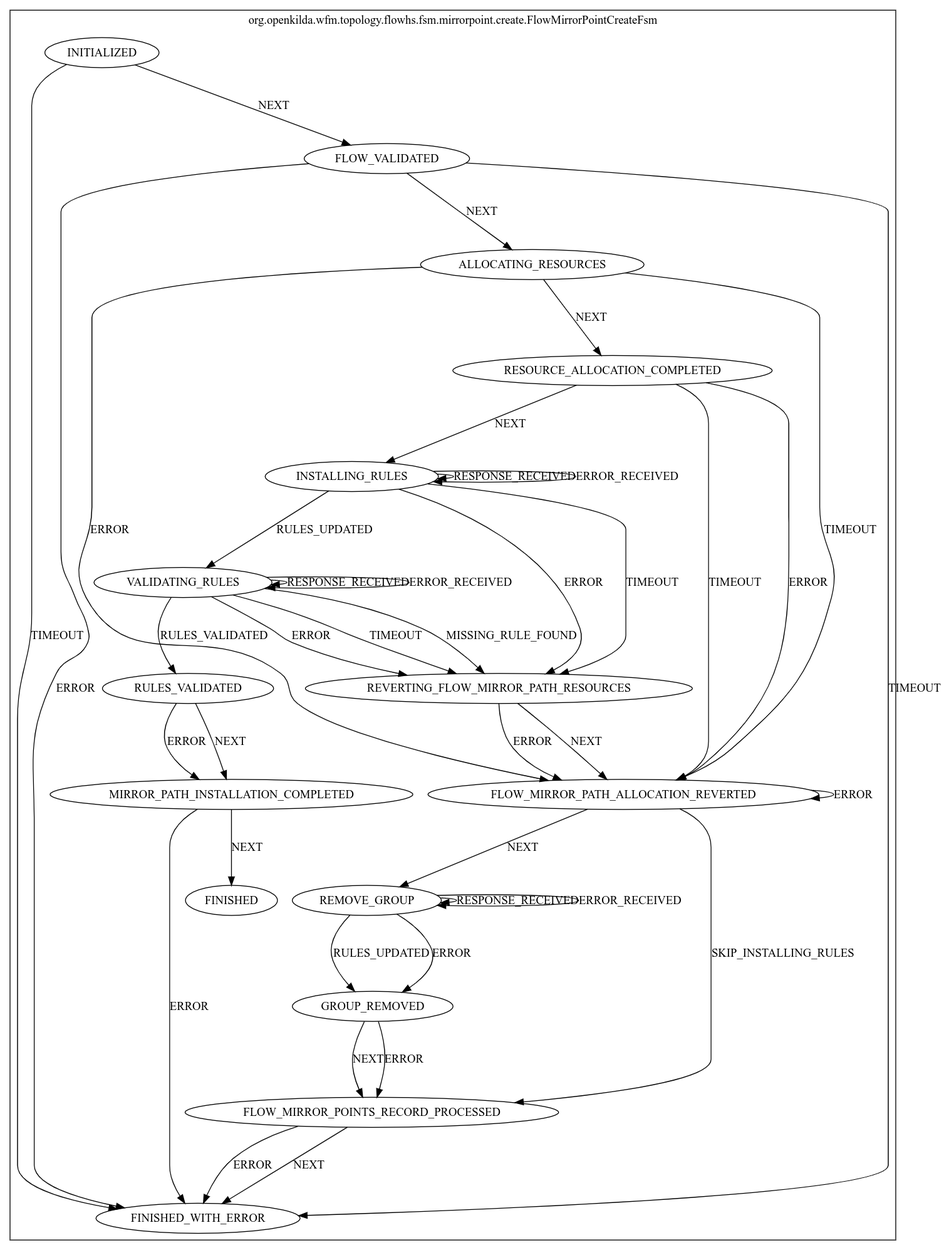
The Graphviz diagram docs/design/flow-traffic-mirroring/flow-create-mirror-point-fsm.png in telstra/open-kilda, before a commit. Its source is kept beside it as docs/design/flow-traffic-mirroring/flow-create-mirror-point-fsm.dot. Its diagram source:
```dot
digraph {
compound=true;
subgraph cluster_StateMachine {
label="org.openkilda.wfm.topology.flowhs.fsm.mirrorpoint.create.FlowMirrorPointCreateFsm";
FINISHED [label="FINISHED"];
VALIDATING_RULES [label="VALIDATING_RULES"];
RULES_VALIDATED [label="RULES_VALIDATED"];
INSTALLING_RULES [label="INSTALLING_RULES"];
GROUP_REMOVED [label="GROUP_REMOVED"];
FLOW_MIRROR_PATH_ALLOCATION_REVERTED [label="FLOW_MIRROR_PATH_ALLOCATION_REVERTED"];
RESOURCE_ALLOCATION_COMPLETED [label="RESOURCE_ALLOCATION_COMPLETED"];
REVERTING_FLOW_MIRROR_PATH_RESOURCES [label="REVERTING_FLOW_MIRROR_PATH_RESOURCES"];
ALLOCATING_RESOURCES [label="ALLOCATING_RESOURCES"];
INITIALIZED [label="INITIALIZED"];
FINISHED_WITH_ERROR [label="FINISHED_WITH_ERROR"];
FLOW_MIRROR_POINTS_RECORD_PROCESSED [label="FLOW_MIRROR_POINTS_RECORD_PROCESSED"];
FLOW_VALIDATED [label="FLOW_VALIDATED"];
MIRROR_PATH_INSTALLATION_COMPLETED [label="MIRROR_PATH_INSTALLATION_COMPLETED"];
REMOVE_GROUP [label="REMOVE_GROUP"];

VALIDATING_RULES -> VALIDATING_RULES [ label="RESPONSE_RECEIVED"];
VALIDATING_RULES -> VALIDATING_RULES [ label="ERROR_RECEIVED"];
VALIDATING_RULES -> RULES_VALIDATED [ label="RULES_VALIDATED"];
VALIDATING_RULES -> REVERTING_FLOW_MIRROR_PATH_RESOURCES [ label="TIMEOUT"];
VALIDATING_RULES -> REVERTING_FLOW_MIRROR_PATH_RESOURCES [ label="MISSING_RULE_FOUND"];
VALIDATING_RULES -> REVERTING_FLOW_MIRROR_PATH_RESOURCES [ label="ERROR"];
RULES_VALIDATED -> MIRROR_PATH_INSTALLATION_COMPLETED [ label="NEXT"];
RULES_VALIDATED -> MIRROR_PATH_INSTALLATION_COMPLETED [ label="ERROR"];
INSTALLING_RULES -> INSTALLING_RULES [ label="RESPONSE_RECEIVED"];
INSTALLING_RULES -> INSTALLING_RULES [ label="ERROR_RECEIVED"];
INSTALLING_RULES -> VALIDATING_RULES [ label="RULES_UPDATED"];
INSTALLING_RULES -> REVERTING_FLOW_MIRROR_PATH_RESOURCES [ label="TIMEOUT"];
INSTALLING_RULES -> REVERTING_FLOW_MIRROR_PATH_RESOURCES [ label="ERROR"];
GROUP_REMOVED -> FLOW_MIRROR_POINTS_RECORD_PROCESSED [ label="NEXT"];
GROUP_REMOVED -> FLOW_MIRROR_POINTS_RECORD_PROCESSED [ label="ERROR"];
FLOW_MIRROR_PATH_ALLOCATION_REVERTED -> REMOVE_GROUP [ label="NEXT"];
FLOW_MIRROR_PATH_ALLOCATION_REVERTED -> FLOW_MIRROR_POINTS_RECORD_PROCESSED [ label="SKIP_INSTALLING_RULES"];
FLOW_MIRROR_PATH_ALLOCATION_REVERTED -> FLOW_MIRROR_PATH_ALLOCATION_REVERTED [ label="ERROR"];
RESOURCE_ALLOCATION_COMPLETED -> INSTALLING_RULES [ label="NEXT"];
RESOURCE_ALLOCATION_COMPLETED -> FLOW_MIRROR_PATH_ALLOCATION_REVERTED [ label="TIMEOUT"];
RESOURCE_ALLOCATION_COMPLETED -> FLOW_MIRROR_PATH_ALLOCATION_REVERTED [ label="ERROR"];
REVERTING_FLOW_MIRROR_PATH_RESOURCES -> FLOW_MIRROR_PATH_ALLOCATION_REVERTED [ label="NEXT"];
REVERTING_FLOW_MIRROR_PATH_RESOURCES -> FLOW_MIRROR_PATH_ALLOCATION_REVERTED [ label="ERROR"];
ALLOCATING_RESOURCES -> RESOURCE_ALLOCATION_COMPLETED [ label="NEXT"];
ALLOCATING_RESOURCES -> FLOW_MIRROR_PATH_ALLOCATION_REVERTED [ label="TIMEOUT"];
ALLOCATING_RESOURCES -> FLOW_MIRROR_PATH_ALLOCATION_REVERTED [ label="ERROR"];
INITIALIZED -> FLOW_VALIDATED [ label="NEXT"];
INITIALIZED -> FINISHED_WITH_ERROR [ label="TIMEOUT"];
FLOW_MIRROR_POINTS_RECORD_PROCESSED -> FINISHED_WITH_ERROR [ label="NEXT"];
FLOW_MIRROR_POINTS_RECORD_PROCESSED -> FINISHED_WITH_ERROR [ label="ERROR"];
FLOW_VALIDATED -> ALLOCATING_RESOURCES [ label="NEXT"];
FLOW_VALIDATED -> FINISHED_WITH_ERROR [ label="TIMEOUT"];
FLOW_VALIDATED -> FINISHED_WITH_ERROR [ label="ERROR"];
MIRROR_PATH_INSTALLATION_COMPLETED -> FINISHED [ label="NEXT"];
MIRROR_PATH_INSTALLATION_COMPLETED -> FINISHED_WITH_ERROR [ label="ERROR"];
REMOVE_GROUP -> REMOVE_GROUP [ label="RESPONSE_RECEIVED"];
REMOVE_GROUP -> REMOVE_GROUP [ label="ERROR_RECEIVED"];
REMOVE_GROUP -> GROUP_REMOVED [ label="RULES_UPDATED"];
REMOVE_GROUP -> GROUP_REMOVED [ label="ERROR"];}}
```
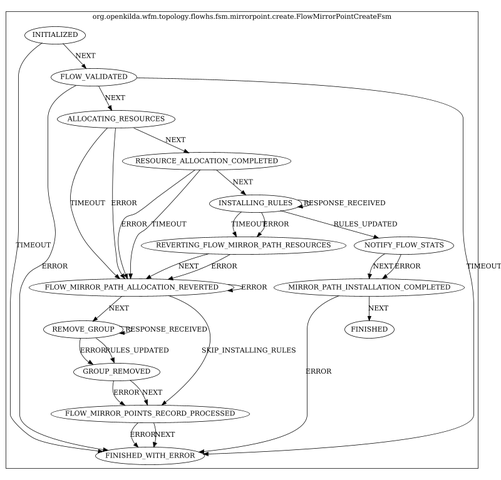
Later version of the same file.

Diff of the diagram source:
```diff
@@ -3,9 +3,8 @@
 subgraph cluster_StateMachine {
 label="org.openkilda.wfm.topology.flowhs.fsm.mirrorpoint.create.FlowMirrorPointCreateFsm";
 FINISHED [label="FINISHED"];
-VALIDATING_RULES [label="VALIDATING_RULES"];
-RULES_VALIDATED [label="RULES_VALIDATED"];
 INSTALLING_RULES [label="INSTALLING_RULES"];
+NOTIFY_FLOW_STATS [label="NOTIFY_FLOW_STATS"];
 GROUP_REMOVED [label="GROUP_REMOVED"];
 FLOW_MIRROR_PATH_ALLOCATION_REVERTED [label="FLOW_MIRROR_PATH_ALLOCATION_REVERTED"];
 RESOURCE_ALLOCATION_COMPLETED [label="RESOURCE_ALLOCATION_COMPLETED"];
@@ -18,17 +17,10 @@
 MIRROR_PATH_INSTALLATION_COMPLETED [label="MIRROR_PATH_INSTALLATION_COMPLETED"];
 REMOVE_GROUP [label="REMOVE_GROUP"];
 
-VALIDATING_RULES -> VALIDATING_RULES [ label="RESPONSE_RECEIVED"];
-VALIDATING_RULES -> VALIDATING_RULES [ label="ERROR_RECEIVED"];
-VALIDATING_RULES -> RULES_VALIDATED [ label="RULES_VALIDATED"];
-VALIDATING_RULES -> REVERTING_FLOW_MIRROR_PATH_RESOURCES [ label="TIMEOUT"];
-VALIDATING_RULES -> REVERTING_FLOW_MIRROR_PATH_RESOURCES [ label="MISSING_RULE_FOUND"];
-VALIDATING_RULES -> REVERTING_FLOW_MIRROR_PATH_RESOURCES [ label="ERROR"];
-RULES_VALIDATED -> MIRROR_PATH_INSTALLATION_COMPLETED [ label="NEXT"];
-RULES_VALIDATED -> MIRROR_PATH_INSTALLATION_COMPLETED [ label="ERROR"];
+NOTIFY_FLOW_STATS -> MIRROR_PATH_INSTALLATION_COMPLETED [ label="NEXT"];
+NOTIFY_FLOW_STATS -> MIRROR_PATH_INSTALLATION_COMPLETED [ label="ERROR"];
 INSTALLING_RULES -> INSTALLING_RULES [ label="RESPONSE_RECEIVED"];
-INSTALLING_RULES -> INSTALLING_RULES [ label="ERROR_RECEIVED"];
-INSTALLING_RULES -> VALIDATING_RULES [ label="RULES_UPDATED"];
+INSTALLING_RULES -> NOTIFY_FLOW_STATS [ label="RULES_UPDATED"];
 INSTALLING_RULES -> REVERTING_FLOW_MIRROR_PATH_RESOURCES [ label="TIMEOUT"];
 INSTALLING_RULES -> REVERTING_FLOW_MIRROR_PATH_RESOURCES [ label="ERROR"];
 GROUP_REMOVED -> FLOW_MIRROR_POINTS_RECORD_PROCESSED [ label="NEXT"];
@@ -54,6 +46,5 @@
 MIRROR_PATH_INSTALLATION_COMPLETED -> FINISHED [ label="NEXT"];
 MIRROR_PATH_INSTALLATION_COMPLETED -> FINISHED_WITH_ERROR [ label="ERROR"];
 REMOVE_GROUP -> REMOVE_GROUP [ label="RESPONSE_RECEIVED"];
-REMOVE_GROUP -> REMOVE_GROUP [ label="ERROR_RECEIVED"];
 REMOVE_GROUP -> GROUP_REMOVED [ label="RULES_UPDATED"];
 REMOVE_GROUP -> GROUP_REMOVED [ label="ERROR"];}}
```
